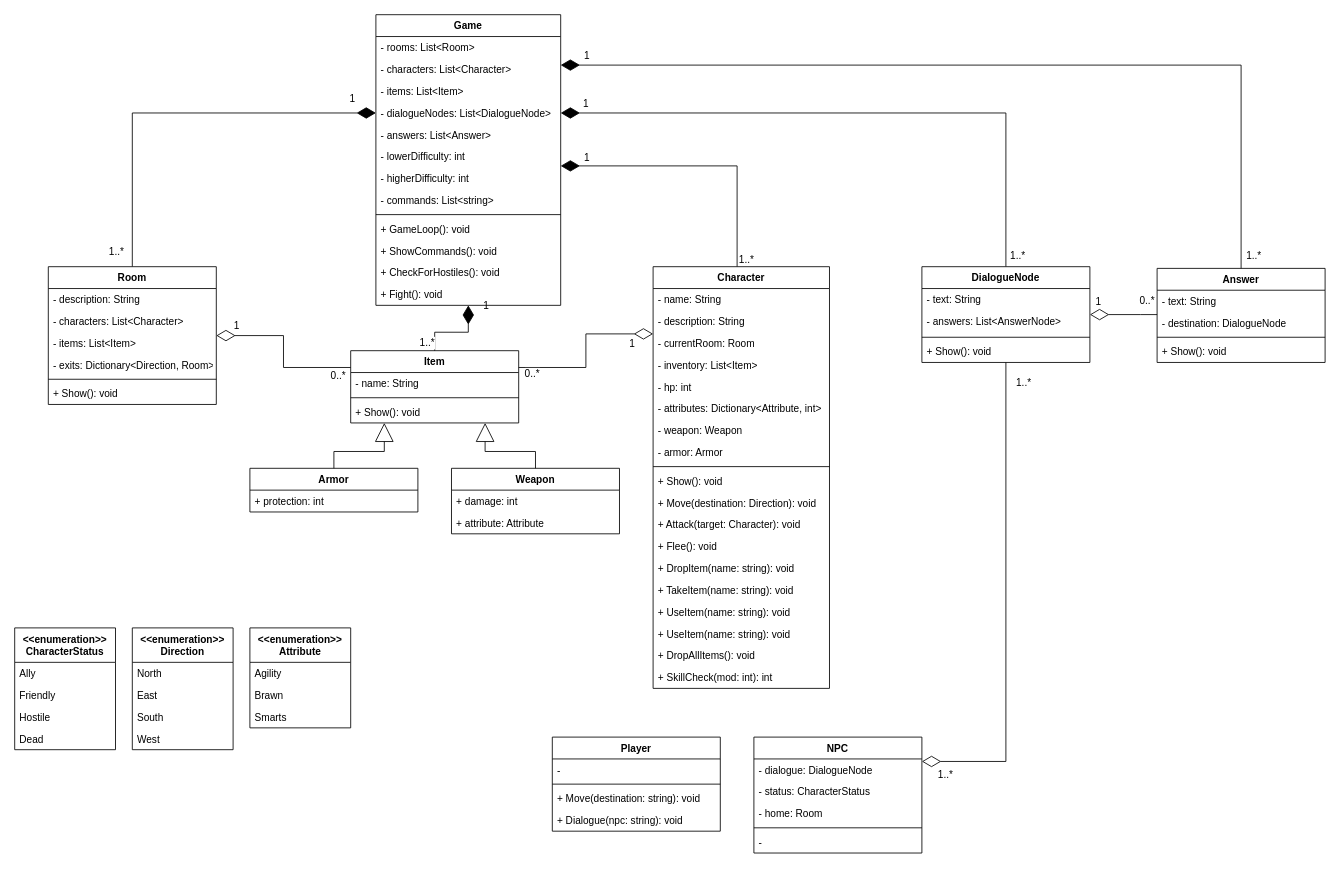
Before: page "Classes" (2 of 3) of Diagrams/Legends of Antir Diagrams.drawio in qogoist/LegendsOfAntir, a draw.io diagram. Source tidied: cells renumbered, new cells numbered last; positions are measured from the earlier drawing's top-left corner, leaving out a move shared by most shapes. Both pictures are drawn from the tidied source at 84%, with x=0, y=0 at pixel (14, 14).
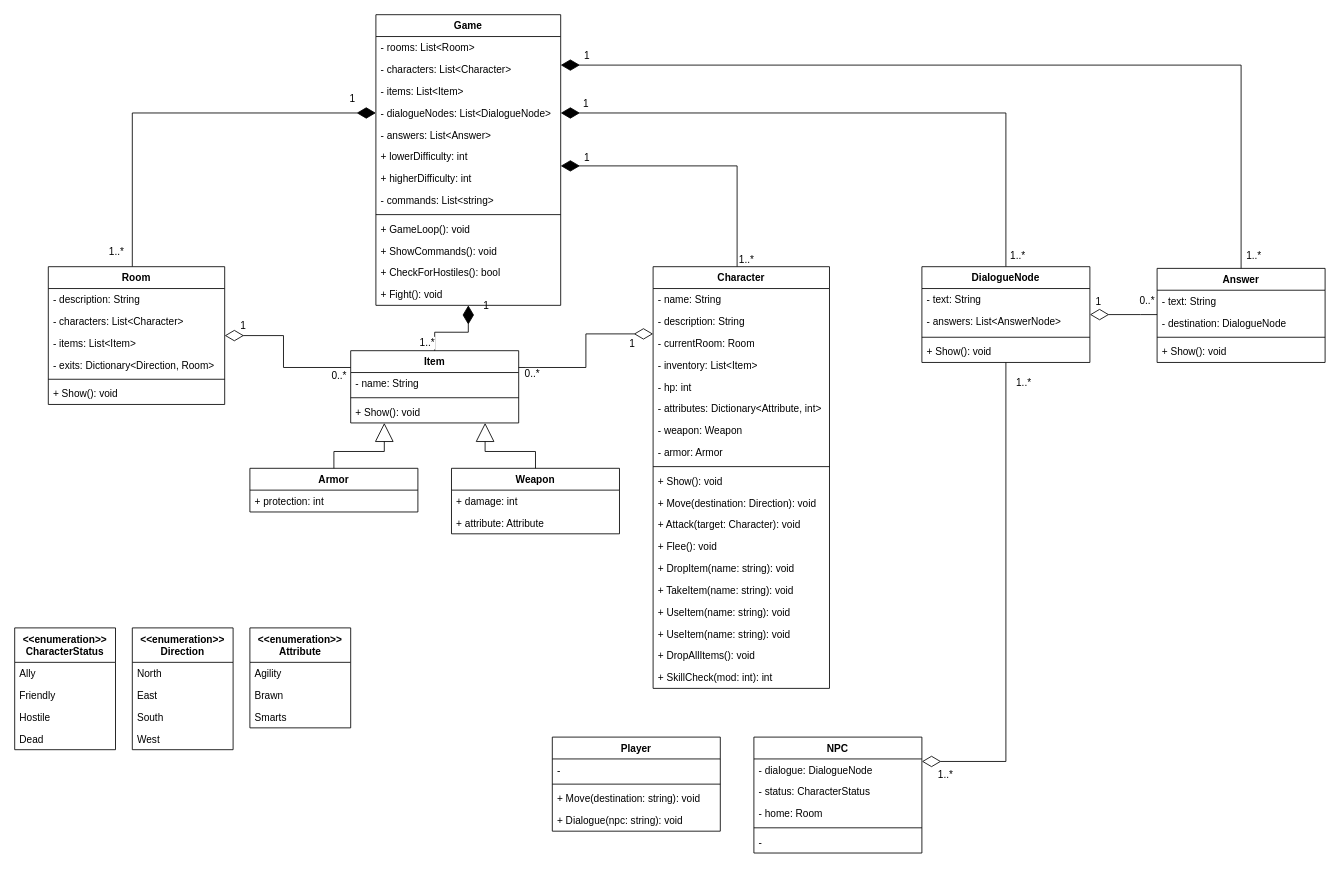
The same page after the edit.

Unchanged cells that the change refers to:
```xml
<mxCell id="76" value="Game" style="swimlane;fontStyle=1;align=center;verticalAlign=top;horizontal=1;startSize=26;fillColor=none;" parent="1" vertex="1">
  <mxGeometry x="430" width="220" height="346" as="geometry" />
</mxCell>
```

Change to the diagram source:
```diff
@@
     <mxCell id="5" value="Room" style="swimlane;fontStyle=1;align=center;verticalAlign=top;horizontal=1;startSize=26;" parent="1" vertex="1">
-      <mxGeometry x="40" y="300" width="200" height="164" as="geometry" />
+      <mxGeometry x="40" y="300" width="210" height="164" as="geometry" />
     </mxCell>
     <mxCell id="6" value="- description: String" style="text;strokeColor=none;fillColor=none;align=left;verticalAlign=top;spacingLeft=4;spacingRight=4;overflow=hidden;" parent="5" vertex="1">
-      <mxGeometry y="26" width="200" height="26" as="geometry" />
+      <mxGeometry y="26" width="210" height="26" as="geometry" />
     </mxCell>
     <mxCell id="7" value="- characters: List&lt;Character&gt;" style="text;strokeColor=none;fillColor=none;align=left;verticalAlign=top;spacingLeft=4;spacingRight=4;overflow=hidden;" parent="5" vertex="1">
-      <mxGeometry y="52" width="200" height="26" as="geometry" />
+      <mxGeometry y="52" width="210" height="26" as="geometry" />
     </mxCell>
     <mxCell id="8" value="- items: List&lt;Item&gt;" style="text;strokeColor=none;fillColor=none;align=left;verticalAlign=top;spacingLeft=4;spacingRight=4;overflow=hidden;" parent="5" vertex="1">
-      <mxGeometry y="78" width="200" height="26" as="geometry" />
+      <mxGeometry y="78" width="210" height="26" as="geometry" />
     </mxCell>
     <mxCell id="9" value="- exits: Dictionary&lt;Direction, Room&gt;" style="text;strokeColor=none;fillColor=none;align=left;verticalAlign=top;spacingLeft=4;spacingRight=4;overflow=hidden;" parent="5" vertex="1">
-      <mxGeometry y="104" width="200" height="26" as="geometry" />
+      <mxGeometry y="104" width="210" height="26" as="geometry" />
     </mxCell>
     <mxCell id="10" style="line;strokeWidth=1;fillColor=none;align=left;verticalAlign=middle;spacingTop=-1;spacingLeft=3;spacingRight=3;labelPosition=right;" parent="5" vertex="1">
-      <mxGeometry y="130" width="200" height="8" as="geometry" />
+      <mxGeometry y="130" width="210" height="8" as="geometry" />
     </mxCell>
     <mxCell id="11" value="+ Show(): void" style="text;strokeColor=none;fillColor=none;align=left;verticalAlign=top;spacingLeft=4;spacingRight=4;overflow=hidden;" parent="5" vertex="1">
-      <mxGeometry y="138" width="200" height="26" as="geometry" />
+      <mxGeometry y="138" width="210" height="26" as="geometry" />
     </mxCell>
@@
-    <mxCell id="82" value="- lowerDifficulty: int" style="text;strokeColor=none;fillColor=none;align=left;verticalAlign=top;spacingLeft=4;spacingRight=4;overflow=hidden;" parent="76" vertex="1">
+    <mxCell id="82" value="+ lowerDifficulty: int" style="text;strokeColor=none;fillColor=none;align=left;verticalAlign=top;spacingLeft=4;spacingRight=4;overflow=hidden;" parent="76" vertex="1">
       <mxGeometry y="156" width="220" height="26" as="geometry" />
     </mxCell>
-    <mxCell id="83" value="- higherDifficulty: int" style="text;strokeColor=none;fillColor=none;align=left;verticalAlign=top;spacingLeft=4;spacingRight=4;overflow=hidden;" parent="76" vertex="1">
+    <mxCell id="83" value="+ higherDifficulty: int" style="text;strokeColor=none;fillColor=none;align=left;verticalAlign=top;spacingLeft=4;spacingRight=4;overflow=hidden;" parent="76" vertex="1">
       <mxGeometry y="182" width="220" height="26" as="geometry" />
     </mxCell>
@@
-    <mxCell id="88" value="+ CheckForHostiles(): void" style="text;strokeColor=none;fillColor=none;align=left;verticalAlign=top;spacingLeft=4;spacingRight=4;overflow=hidden;" parent="76" vertex="1">
+    <mxCell id="88" value="+ CheckForHostiles(): bool" style="text;strokeColor=none;fillColor=none;align=left;verticalAlign=top;spacingLeft=4;spacingRight=4;overflow=hidden;" parent="76" vertex="1">
       <mxGeometry y="294" width="220" height="26" as="geometry" />
     </mxCell>
```
